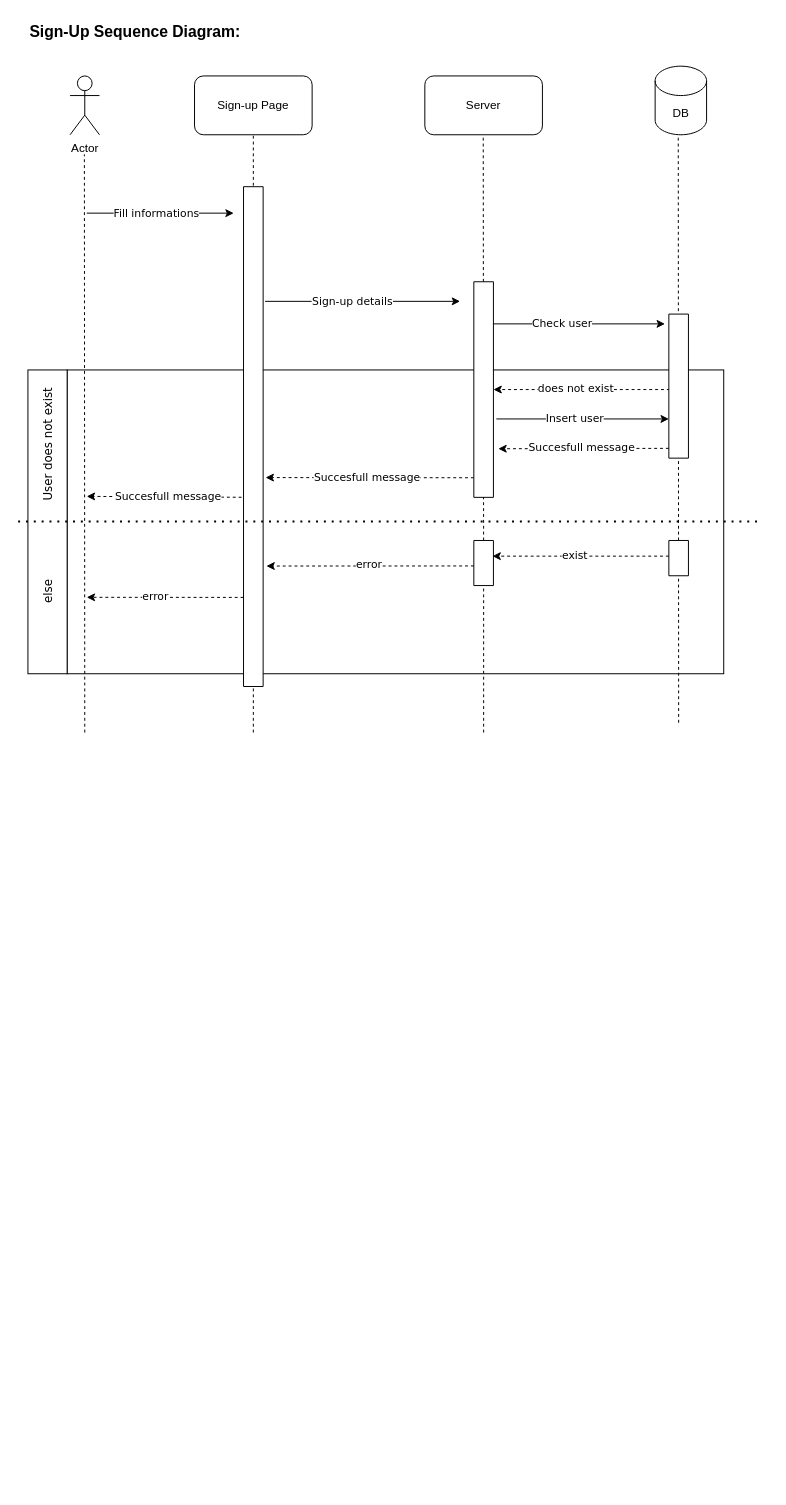
berksaygu/software keeps this draw.io diagram as Sequence Diagrams.drawio. Above is the earlier version. Source tidied: cells renumbered, new cells numbered last; positions are measured from the earlier drawing's top-left corner, leaving out a move shared by most shapes. Both pictures are drawn from the tidied source at 98%, with x=0, y=0 at pixel (18, 17).
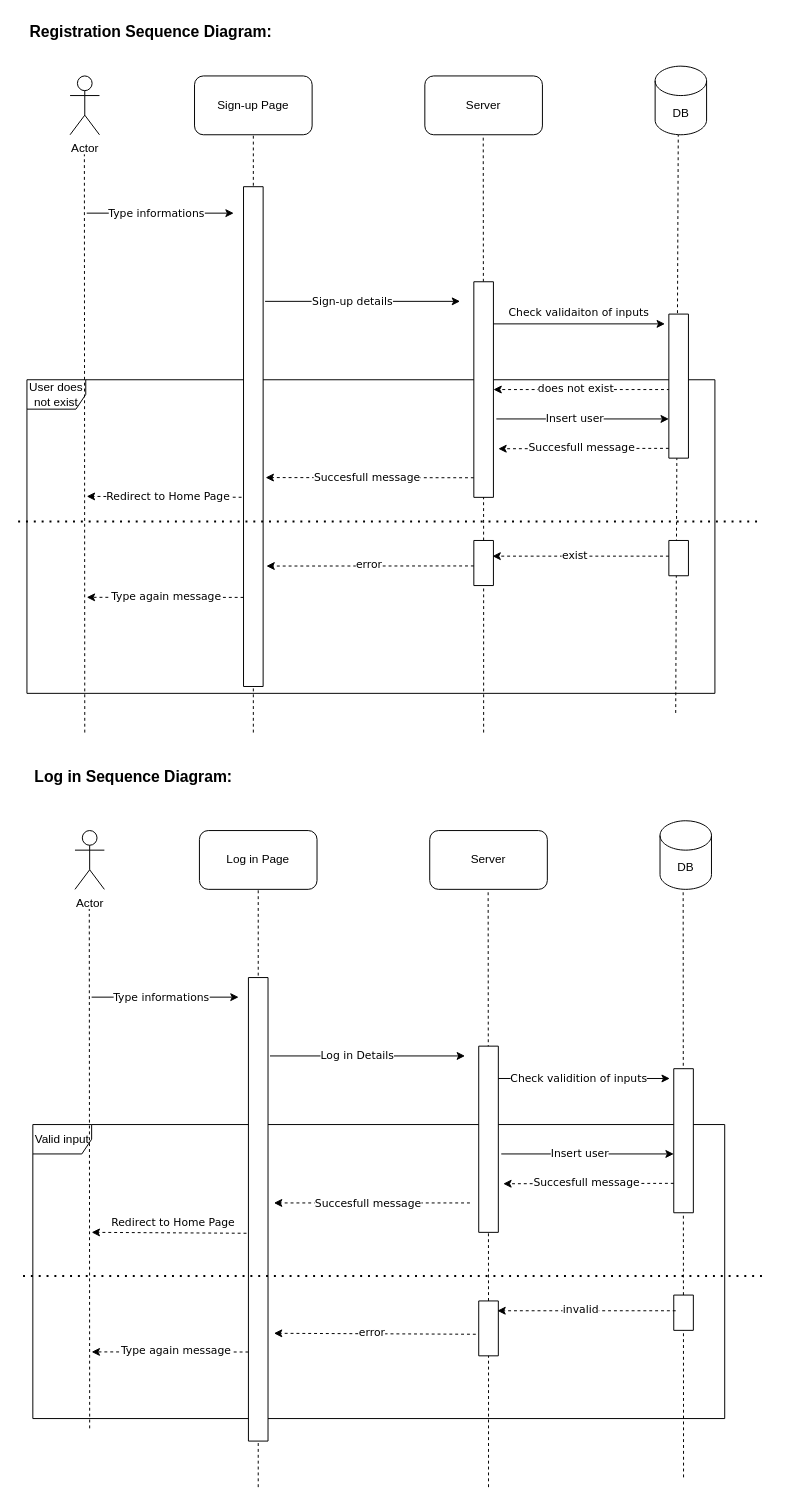
The same page after the edit.

The change refers to these unchanged cells:
```xml
<mxCell id="11" style="endArrow=classic;html=1;rounded=0;fontFamily=Verdana;" parent="1" edge="1">
  <mxGeometry relative="1" as="geometry">
    <mxPoint x="70" y="200" as="sourcePoint" />
    <mxPoint x="220" y="200" as="targetPoint" />
  </mxGeometry>
</mxCell>
<mxCell id="15" style="endArrow=classic;html=1;rounded=0;fontFamily=Verdana;" parent="1" edge="1">
  <mxGeometry relative="1" as="geometry">
    <mxPoint x="470" y="313" as="sourcePoint" />
    <mxPoint x="660" y="313" as="targetPoint" />
  </mxGeometry>
</mxCell>
<mxCell id="21" style="endArrow=classic;html=1;rounded=0;dashed=1;fontFamily=Verdana;" parent="1" edge="1">
  <mxGeometry relative="1" as="geometry">
    <mxPoint x="240" y="490" as="sourcePoint" />
    <mxPoint x="70" y="489" as="targetPoint" />
  </mxGeometry>
</mxCell>
<mxCell id="38" style="endArrow=classic;html=1;rounded=0;dashed=1;fontFamily=Verdana;" parent="1" edge="1">
  <mxGeometry relative="1" as="geometry">
    <mxPoint x="230" y="592.1" as="sourcePoint" />
    <mxPoint x="70" y="592" as="targetPoint" />
  </mxGeometry>
</mxCell>
```

Change to the diagram source:
```diff
@@
-    <mxCell id="2" style="rounded=0;whiteSpace=wrap;html=1;fontFamily=Verdana;" parent="1" vertex="1">
-      <mxGeometry x="50" y="360" width="670" height="310" as="geometry" />
-    </mxCell>
-    <mxCell id="3" style="rounded=0;whiteSpace=wrap;html=1;fontFamily=Verdana;" parent="1" vertex="1">
-      <mxGeometry x="10" y="360" width="40" height="310" as="geometry" />
-    </mxCell>
+    <mxCell id="44" value="Valid input" style="shape=umlFrame;whiteSpace=wrap;html=1;" parent="1" vertex="1">
+      <mxGeometry x="15" y="1130" width="706" height="300" as="geometry" />
+    </mxCell>
+    <mxCell id="41" value="User does not exist" style="shape=umlFrame;whiteSpace=wrap;html=1;" parent="1" vertex="1">
+      <mxGeometry x="9" y="370" width="702" height="320" as="geometry" />
+    </mxCell>
-    <mxCell id="4" style="endArrow=none;dashed=1;html=1;rounded=0;fontFamily=Verdana;entryX=0.5;entryY=1;entryDx=0;entryDy=0;" parent="1" edge="1">
+    <mxCell id="4" style="endArrow=none;dashed=1;html=1;rounded=0;fontFamily=Verdana;entryX=0.5;entryY=1;entryDx=0;entryDy=0;startArrow=none;" parent="1" edge="1">
       <mxGeometry relative="1" as="geometry">
-        <mxPoint x="674" y="720" as="sourcePoint" />
+        <mxPoint x="671" y="710" as="sourcePoint" />
         <mxPoint x="673.6" y="120" as="targetPoint" />
       </mxGeometry>
     </mxCell>
@@
-    <mxCell id="12" value="Fill informations" style="edgeLabel;html=1;align=center;verticalAlign=middle;fontFamily=Verdana;" parent="11" vertex="1">
+    <mxCell id="12" value="Type informations" style="edgeLabel;html=1;align=center;verticalAlign=middle;fontFamily=Verdana;" parent="11" vertex="1">
       <mxGeometry x="-0.29" y="1" relative="1" as="geometry">
         <mxPoint x="17" as="offset" />
       </mxGeometry>
     </mxCell>
@@
-    <mxCell id="16" value="Check user" style="edgeLabel;html=1;align=center;verticalAlign=middle;fontFamily=Verdana;" parent="15" vertex="1">
+    <mxCell id="16" value="Check validaiton of inputs" style="edgeLabel;html=1;align=center;verticalAlign=middle;fontFamily=Verdana;" parent="15" vertex="1">
       <mxGeometry x="-0.29" y="1" relative="1" as="geometry">
-        <mxPoint x="17" as="offset" />
+        <mxPoint x="34" y="-12" as="offset" />
       </mxGeometry>
     </mxCell>
@@
-    <mxCell id="22" value="Succesfull message" style="edgeLabel;html=1;align=center;verticalAlign=middle;fontFamily=Verdana;" parent="21" vertex="1">
+    <mxCell id="22" value="Redirect to Home Page" style="edgeLabel;html=1;align=center;verticalAlign=middle;fontFamily=Verdana;" parent="21" vertex="1">
       <mxGeometry x="-0.29" y="1" relative="1" as="geometry">
         <mxPoint x="-27" y="-2" as="offset" />
       </mxGeometry>
     </mxCell>
@@
-    <mxCell id="39" value="error" style="edgeLabel;html=1;align=center;verticalAlign=middle;fontFamily=Verdana;" parent="38" vertex="1">
+    <mxCell id="39" value="Type again message" style="edgeLabel;html=1;align=center;verticalAlign=middle;fontFamily=Verdana;" parent="38" vertex="1">
       <mxGeometry x="-0.29" y="1" relative="1" as="geometry">
-        <mxPoint x="-33" y="-3" as="offset" />
+        <mxPoint x="-22" y="-3" as="offset" />
       </mxGeometry>
     </mxCell>
@@
-    <mxCell id="41" value="User does not exist" style="text;strokeColor=none;fillColor=none;align=center;verticalAlign=middle;spacingLeft=4;spacingRight=4;overflow=hidden;fontFamily=Verdana;html=0;horizontal=0;" parent="1" vertex="1">
-      <mxGeometry x="15" y="370" width="30" height="130" as="geometry" />
-    </mxCell>
-    <mxCell id="42" value="else" style="text;strokeColor=none;fillColor=none;align=center;verticalAlign=middle;spacingLeft=4;spacingRight=4;overflow=hidden;fontFamily=Verdana;html=0;horizontal=0;" parent="1" vertex="1">
-      <mxGeometry x="15" y="520" width="30" height="130" as="geometry" />
-    </mxCell>
-    <mxCell id="43" value="Sign-Up Sequence Diagram:" style="text;html=1;strokeColor=none;fillColor=none;align=left;verticalAlign=middle;whiteSpace=wrap;rounded=0;fontStyle=1;fontSize=16;" parent="1" vertex="1">
+    <mxCell id="43" value="Registration Sequence Diagram:" style="text;html=1;strokeColor=none;fillColor=none;align=left;verticalAlign=middle;whiteSpace=wrap;rounded=0;fontStyle=1;fontSize=16;" parent="1" vertex="1">
       <mxGeometry x="10" width="341" height="30" as="geometry" />
     </mxCell>
+    <mxCell id="45" style="endArrow=none;dashed=1;html=1;rounded=0;fontFamily=Verdana;entryX=0.5;entryY=1;entryDx=0;entryDy=0;" parent="1" edge="1">
+      <mxGeometry relative="1" as="geometry">
+        <mxPoint x="679" y="1490" as="sourcePoint" />
+        <mxPoint x="678.6" y="890" as="targetPoint" />
+      </mxGeometry>
+    </mxCell>
+    <mxCell id="46" style="endArrow=none;dashed=1;html=1;rounded=0;fontFamily=Verdana;entryX=0.5;entryY=1;entryDx=0;entryDy=0;startArrow=none;" parent="1" edge="1" source="71">
+      <mxGeometry relative="1" as="geometry">
+        <mxPoint x="479.6" y="890" as="targetPoint" />
+      </mxGeometry>
+    </mxCell>
+    <mxCell id="47" style="endArrow=none;dashed=1;html=1;rounded=0;fontFamily=Verdana;entryX=0.5;entryY=1;entryDx=0;entryDy=0;" parent="1" edge="1" target="48">
+      <mxGeometry relative="1" as="geometry">
+        <mxPoint x="245" y="1500" as="sourcePoint" />
+      </mxGeometry>
+    </mxCell>
+    <mxCell id="48" value="Log in Page" style="rounded=1;whiteSpace=wrap;html=1;flipH=0;flipV=0;" parent="1" vertex="1">
+      <mxGeometry x="185" y="830" width="120" height="60" as="geometry" />
+    </mxCell>
+    <mxCell id="49" value="Server" style="rounded=1;whiteSpace=wrap;html=1;flipH=0;flipV=0;" parent="1" vertex="1">
+      <mxGeometry x="420" y="830" width="120" height="60" as="geometry" />
+    </mxCell>
+    <mxCell id="50" value="DB" style="shape=cylinder3;whiteSpace=wrap;html=1;boundedLbl=1;backgroundOutline=1;size=15;flipH=0;flipV=0;" parent="1" vertex="1">
+      <mxGeometry x="655" y="820" width="52.5" height="70" as="geometry" />
+    </mxCell>
+    <mxCell id="51" value="Actor" style="shape=umlActor;verticalLabelPosition=bottom;verticalAlign=top;html=1;" parent="1" vertex="1">
+      <mxGeometry x="58" y="830" width="30" height="60" as="geometry" />
+    </mxCell>
+    <mxCell id="52" style="endArrow=classic;html=1;rounded=0;fontFamily=Verdana;" parent="1" edge="1">
+      <mxGeometry relative="1" as="geometry">
+        <mxPoint x="75" y="1000" as="sourcePoint" />
+        <mxPoint x="225" y="1000" as="targetPoint" />
+      </mxGeometry>
+    </mxCell>
+    <mxCell id="53" value="Type informations" style="edgeLabel;html=1;align=center;verticalAlign=middle;fontFamily=Verdana;" parent="52" vertex="1">
+      <mxGeometry x="-0.29" y="1" relative="1" as="geometry">
+        <mxPoint x="17" as="offset" />
+      </mxGeometry>
+    </mxCell>
+    <mxCell id="54" style="endArrow=classic;html=1;rounded=0;fontFamily=Verdana;" parent="1" edge="1">
+      <mxGeometry relative="1" as="geometry">
+        <mxPoint x="257" y="1060" as="sourcePoint" />
+        <mxPoint x="456" y="1060" as="targetPoint" />
+      </mxGeometry>
+    </mxCell>
+    <mxCell id="55" value="Log in Details" style="edgeLabel;html=1;align=center;verticalAlign=middle;fontFamily=Verdana;" parent="54" vertex="1">
+      <mxGeometry x="-0.29" y="1" relative="1" as="geometry">
+        <mxPoint x="17" as="offset" />
+      </mxGeometry>
+    </mxCell>
+    <mxCell id="56" style="endArrow=classic;html=1;rounded=0;fontFamily=Verdana;" parent="1" edge="1">
+      <mxGeometry relative="1" as="geometry">
+        <mxPoint x="475" y="1083" as="sourcePoint" />
+        <mxPoint x="665" y="1083" as="targetPoint" />
+      </mxGeometry>
+    </mxCell>
+    <mxCell id="57" value="Check validition of inputs" style="edgeLabel;html=1;align=center;verticalAlign=middle;fontFamily=Verdana;" parent="56" vertex="1">
+      <mxGeometry x="-0.29" y="1" relative="1" as="geometry">
+        <mxPoint x="29" as="offset" />
+      </mxGeometry>
+    </mxCell>
+    <mxCell id="58" style="endArrow=classic;html=1;rounded=0;dashed=1;fontFamily=Verdana;" parent="1" edge="1">
+      <mxGeometry relative="1" as="geometry">
+        <mxPoint x="461" y="1210" as="sourcePoint" />
+        <mxPoint x="261" y="1210" as="targetPoint" />
+      </mxGeometry>
+    </mxCell>
+    <mxCell id="59" value="Succesfull message" style="edgeLabel;html=1;align=center;verticalAlign=middle;fontFamily=Verdana;" parent="58" vertex="1">
+      <mxGeometry x="-0.29" y="1" relative="1" as="geometry">
+        <mxPoint x="-34" y="-1" as="offset" />
+      </mxGeometry>
+    </mxCell>
+    <mxCell id="60" style="endArrow=classic;html=1;rounded=0;dashed=1;fontFamily=Verdana;" parent="1" edge="1">
+      <mxGeometry relative="1" as="geometry">
+        <mxPoint x="245" y="1241" as="sourcePoint" />
+        <mxPoint x="75" y="1240" as="targetPoint" />
+      </mxGeometry>
+    </mxCell>
+    <mxCell id="61" value="Redirect to Home Page" style="edgeLabel;html=1;align=center;verticalAlign=middle;fontFamily=Verdana;" parent="60" vertex="1">
+      <mxGeometry x="-0.29" y="1" relative="1" as="geometry">
+        <mxPoint x="-27" y="-12" as="offset" />
+      </mxGeometry>
+    </mxCell>
+    <mxCell id="62" style="verticalLabelPosition=bottom;verticalAlign=top;html=1;shape=mxgraph.basic.rect;fillColor2=none;strokeWidth=1;size=20;indent=5;fontFamily=Verdana;" parent="1" vertex="1">
+      <mxGeometry x="235" y="980" width="20" height="473" as="geometry" />
+    </mxCell>
+    <mxCell id="63" style="verticalLabelPosition=bottom;verticalAlign=top;html=1;shape=mxgraph.basic.rect;fillColor2=none;strokeWidth=1;size=20;indent=5;fontFamily=Verdana;" parent="1" vertex="1">
+      <mxGeometry x="669" y="1073" width="20" height="147" as="geometry" />
+    </mxCell>
+    <mxCell id="64" style="endArrow=none;dashed=1;html=1;dashPattern=1 3;strokeWidth=2;rounded=0;fontFamily=Verdana;" parent="1" edge="1">
+      <mxGeometry relative="1" as="geometry">
+        <mxPoint x="5" y="1284.6" as="sourcePoint" />
+        <mxPoint x="765" y="1284.6" as="targetPoint" />
+      </mxGeometry>
+    </mxCell>
+    <mxCell id="65" style="verticalLabelPosition=bottom;verticalAlign=top;html=1;shape=mxgraph.basic.rect;fillColor2=none;strokeWidth=1;size=20;indent=5;fontFamily=Verdana;" parent="1" vertex="1">
+      <mxGeometry x="470" y="1050" width="20" height="190" as="geometry" />
+    </mxCell>
+    <mxCell id="66" style="endArrow=classic;html=1;rounded=0;fontFamily=Verdana;" parent="1" edge="1">
+      <mxGeometry relative="1" as="geometry">
+        <mxPoint x="493" y="1160" as="sourcePoint" />
+        <mxPoint x="669" y="1160" as="targetPoint" />
+      </mxGeometry>
+    </mxCell>
+    <mxCell id="67" value="Insert user" style="edgeLabel;html=1;align=center;verticalAlign=middle;fontFamily=Verdana;" parent="66" vertex="1">
+      <mxGeometry x="-0.29" y="1" relative="1" as="geometry">
+        <mxPoint x="17" as="offset" />
+      </mxGeometry>
+    </mxCell>
+    <mxCell id="68" style="endArrow=classic;html=1;rounded=0;dashed=1;fontFamily=Verdana;" parent="1" edge="1">
+      <mxGeometry relative="1" as="geometry">
+        <mxPoint x="669" y="1190" as="sourcePoint" />
+        <mxPoint x="495" y="1190.4" as="targetPoint" />
+      </mxGeometry>
+    </mxCell>
+    <mxCell id="69" value="Succesfull message" style="edgeLabel;html=1;align=center;verticalAlign=middle;fontFamily=Verdana;" parent="68" vertex="1">
+      <mxGeometry x="-0.29" y="1" relative="1" as="geometry">
+        <mxPoint x="-28" y="-3" as="offset" />
+      </mxGeometry>
+    </mxCell>
+    <mxCell id="70" style="verticalLabelPosition=bottom;verticalAlign=top;html=1;shape=mxgraph.basic.rect;fillColor2=none;strokeWidth=1;size=20;indent=5;fontFamily=Verdana;" parent="1" vertex="1">
+      <mxGeometry x="669" y="1304" width="20" height="36" as="geometry" />
+    </mxCell>
+    <mxCell id="71" style="verticalLabelPosition=bottom;verticalAlign=top;html=1;shape=mxgraph.basic.rect;fillColor2=none;strokeWidth=1;size=20;indent=5;fontFamily=Verdana;" parent="1" vertex="1">
+      <mxGeometry x="470" y="1310" width="20" height="56" as="geometry" />
+    </mxCell>
+    <mxCell id="72" style="endArrow=none;dashed=1;html=1;rounded=0;fontFamily=Verdana;entryX=0.5;entryY=1;entryDx=0;entryDy=0;" parent="1" edge="1" target="71">
+      <mxGeometry relative="1" as="geometry">
+        <mxPoint x="480" y="1500" as="sourcePoint" />
+      </mxGeometry>
+    </mxCell>
+    <mxCell id="73" style="endArrow=classic;html=1;rounded=0;dashed=1;fontFamily=Verdana;" parent="1" edge="1">
+      <mxGeometry relative="1" as="geometry">
+        <mxPoint x="671" y="1320" as="sourcePoint" />
+        <mxPoint x="489" y="1320" as="targetPoint" />
+      </mxGeometry>
+    </mxCell>
+    <mxCell id="74" value="invalid" style="edgeLabel;html=1;align=center;verticalAlign=middle;fontFamily=Verdana;" parent="73" vertex="1">
+      <mxGeometry x="-0.29" y="1" relative="1" as="geometry">
+        <mxPoint x="-33" y="-3" as="offset" />
+      </mxGeometry>
+    </mxCell>
+    <mxCell id="75" style="endArrow=classic;html=1;rounded=0;dashed=1;fontFamily=Verdana;exitX=-0.15;exitY=0.607;exitDx=0;exitDy=0;exitPerimeter=0;" parent="1" edge="1" source="71">
+      <mxGeometry relative="1" as="geometry">
+        <mxPoint x="261" y="1343" as="targetPoint" />
+      </mxGeometry>
+    </mxCell>
+    <mxCell id="76" value="error" style="edgeLabel;html=1;align=center;verticalAlign=middle;fontFamily=Verdana;" parent="75" vertex="1">
+      <mxGeometry x="-0.29" y="1" relative="1" as="geometry">
+        <mxPoint x="-33" y="-3" as="offset" />
+      </mxGeometry>
+    </mxCell>
+    <mxCell id="77" style="endArrow=classic;html=1;rounded=0;dashed=1;fontFamily=Verdana;" parent="1" edge="1">
+      <mxGeometry relative="1" as="geometry">
+        <mxPoint x="235" y="1362.1" as="sourcePoint" />
+        <mxPoint x="75" y="1362" as="targetPoint" />
+      </mxGeometry>
+    </mxCell>
+    <mxCell id="78" value="Type again message" style="edgeLabel;html=1;align=center;verticalAlign=middle;fontFamily=Verdana;" parent="77" vertex="1">
+      <mxGeometry x="-0.29" y="1" relative="1" as="geometry">
+        <mxPoint x="-17" y="-3" as="offset" />
+      </mxGeometry>
+    </mxCell>
+    <mxCell id="79" style="endArrow=none;dashed=1;html=1;rounded=0;fontFamily=Verdana;entryX=0.5;entryY=1;entryDx=0;entryDy=0;" parent="1" edge="1">
+      <mxGeometry relative="1" as="geometry">
+        <mxPoint x="73" y="1440" as="sourcePoint" />
+        <mxPoint x="72.6" y="910" as="targetPoint" />
+      </mxGeometry>
+    </mxCell>
+    <mxCell id="80" value="Log in Sequence Diagram:" style="text;html=1;strokeColor=none;fillColor=none;align=left;verticalAlign=middle;whiteSpace=wrap;rounded=0;fontStyle=1;fontSize=16;" parent="1" vertex="1">
+      <mxGeometry x="15" y="760" width="341" height="30" as="geometry" />
+    </mxCell>
```
